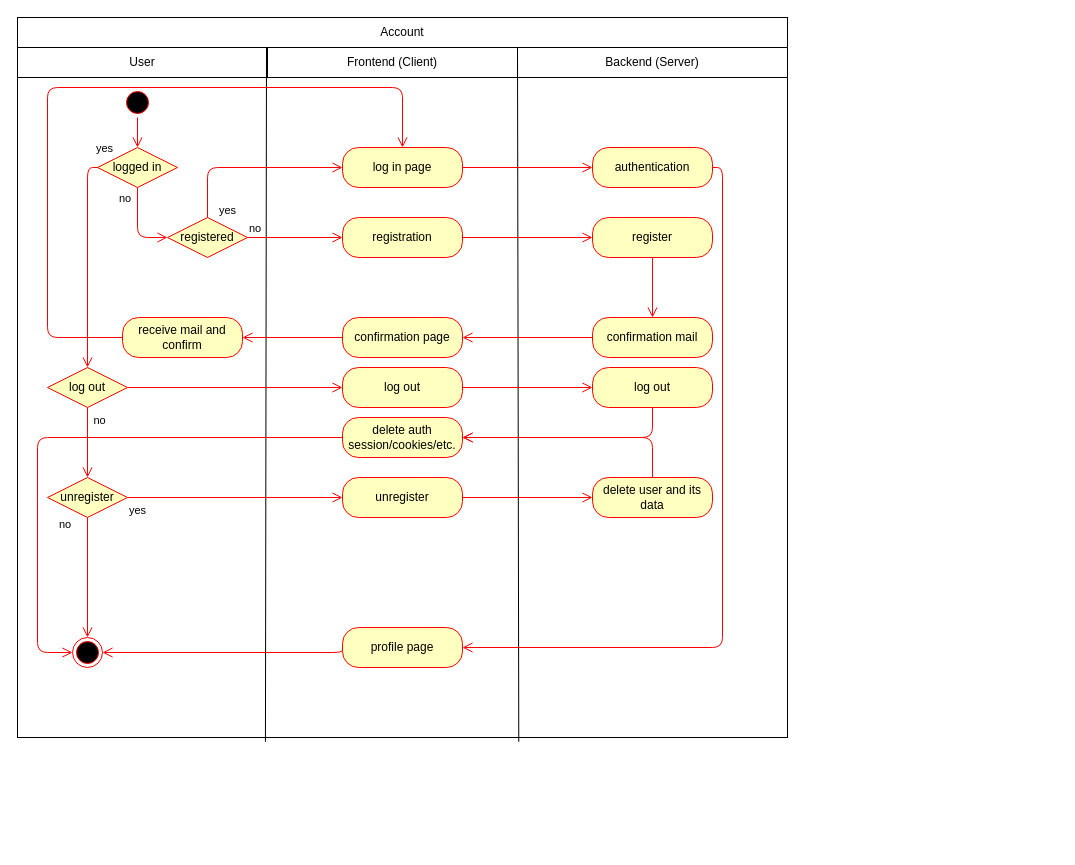
Earlier version of the draw.io diagram design/Account.drawio (ninjeanne/bookly). Source tidied: cells renumbered, new cells numbered last; positions are measured from the earlier drawing's top-left corner, leaving out a move shared by most shapes. Both pictures are drawn from the tidied source at 100%, with x=0, y=0 at pixel (17, 17).
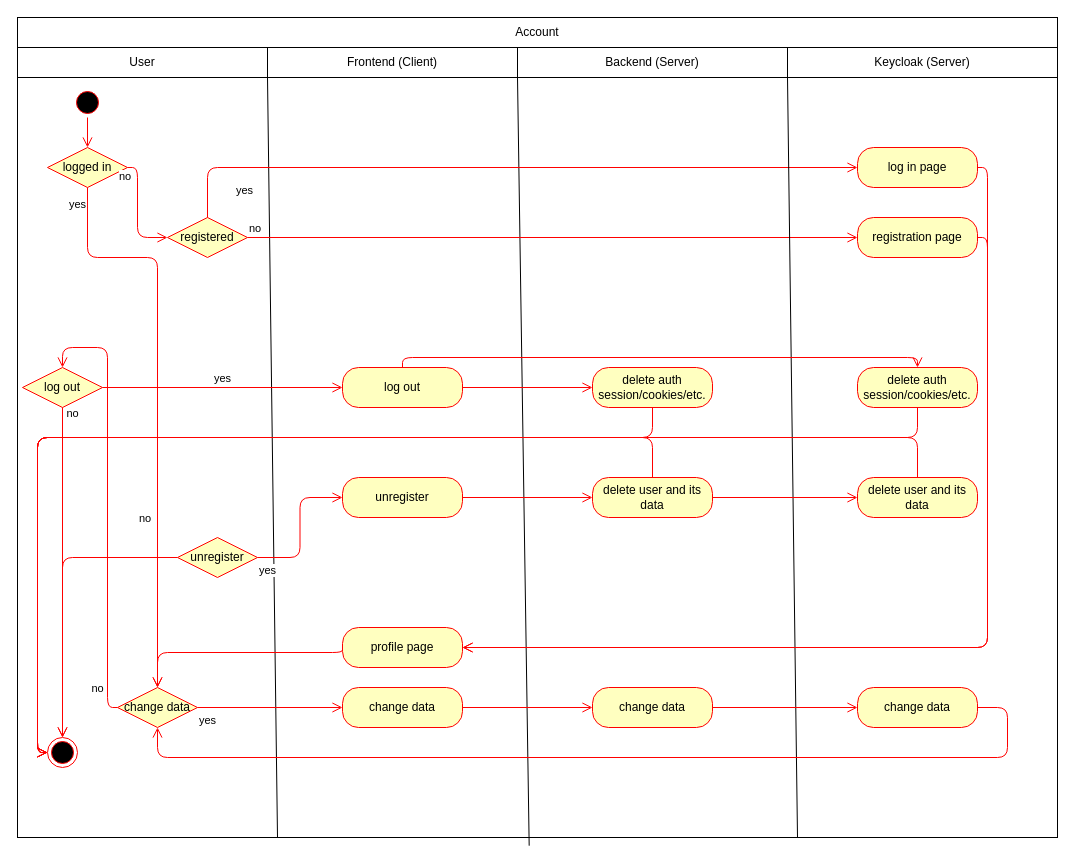
The same page after the edit.

Commit message (it also covers changes not shown here):
update UC for account and add UC for header

The change refers to these unchanged cells:
```xml
<mxCell id="5" value="Backend (Server)" style="rounded=0;whiteSpace=wrap;html=1;" parent="1" vertex="1">
  <mxGeometry x="500" y="30" width="270" height="30" as="geometry" />
</mxCell>
<mxCell id="6" value="Frontend (Client)" style="rounded=0;whiteSpace=wrap;html=1;" parent="1" vertex="1">
  <mxGeometry x="250" y="30" width="250" height="30" as="geometry" />
</mxCell>
<mxCell id="21" value="registered" style="rhombus;whiteSpace=wrap;html=1;fillColor=#ffffc0;strokeColor=#ff0000;" parent="1" vertex="1">
  <mxGeometry x="150" y="200" width="80" height="40" as="geometry" />
</mxCell>
<mxCell id="32" value="profile page" style="rounded=1;whiteSpace=wrap;html=1;arcSize=40;fontColor=#000000;fillColor=#ffffc0;strokeColor=#ff0000;" parent="1" vertex="1">
  <mxGeometry x="325" y="610" width="120" height="40" as="geometry" />
</mxCell>
<mxCell id="34" value="log out" style="rounded=1;whiteSpace=wrap;html=1;arcSize=40;fontColor=#000000;fillColor=#ffffc0;strokeColor=#ff0000;" parent="1" vertex="1">
  <mxGeometry x="325" y="350" width="120" height="40" as="geometry" />
</mxCell>
<mxCell id="48" value="delete user and its data" style="rounded=1;whiteSpace=wrap;html=1;arcSize=40;fontColor=#000000;fillColor=#ffffc0;strokeColor=#ff0000;" parent="1" vertex="1">
  <mxGeometry x="575" y="460" width="120" height="40" as="geometry" />
</mxCell>
```

Diff of the diagram source:
```diff
@@
     <mxCell id="2" style="rounded=0;whiteSpace=wrap;html=1;" parent="1" vertex="1">
-      <mxGeometry width="770" height="720" as="geometry" />
+      <mxGeometry width="1040" height="820" as="geometry" />
     </mxCell>
     <mxCell id="3" value="Account" style="rounded=0;whiteSpace=wrap;html=1;" parent="1" vertex="1">
-      <mxGeometry width="770" height="30" as="geometry" />
+      <mxGeometry width="1040" height="30" as="geometry" />
     </mxCell>
@@
-    <mxCell id="7" style="endArrow=none;html=1;exitX=0.651;exitY=1.006;exitDx=0;exitDy=0;exitPerimeter=0;" parent="1" edge="1" source="2">
-      <mxGeometry relative="1" as="geometry">
-        <mxPoint x="500" y="30" as="targetPoint" />
-      </mxGeometry>
+    <mxCell id="7" style="endArrow=none;html=1;entryX=1;entryY=1;entryDx=0;entryDy=0;exitX=0.492;exitY=1.01;exitDx=0;exitDy=0;exitPerimeter=0;" parent="1" edge="1" source="2" target="6">
+      <mxGeometry relative="1" as="geometry" />
     </mxCell>
-    <mxCell id="8" style="endArrow=none;html=1;exitX=0.322;exitY=1.006;exitDx=0;exitDy=0;exitPerimeter=0;" parent="1" edge="1" source="2">
-      <mxGeometry relative="1" as="geometry">
-        <mxPoint x="249" y="30" as="targetPoint" />
-      </mxGeometry>
+    <mxCell id="8" style="endArrow=none;html=1;exitX=0.25;exitY=1;exitDx=0;exitDy=0;entryX=0;entryY=1;entryDx=0;entryDy=0;" parent="1" edge="1" source="2" target="6">
+      <mxGeometry relative="1" as="geometry" />
     </mxCell>
     <mxCell id="9" style="ellipse;html=1;shape=startState;fillColor=#000000;strokeColor=#ff0000;" parent="1" vertex="1">
-      <mxGeometry x="105" y="70" width="30" height="30" as="geometry" />
+      <mxGeometry x="55" y="70" width="30" height="30" as="geometry" />
     </mxCell>
@@
-    <mxCell id="11" value="log in page" style="rounded=1;whiteSpace=wrap;html=1;arcSize=40;fontColor=#000000;fillColor=#ffffc0;strokeColor=#ff0000;" parent="1" vertex="1">
-      <mxGeometry x="325" y="130" width="120" height="40" as="geometry" />
-    </mxCell>
-    <mxCell id="12" style="edgeStyle=orthogonalEdgeStyle;html=1;verticalAlign=bottom;endArrow=open;endSize=8;strokeColor=#ff0000;entryX=0;entryY=0.5;entryDx=0;entryDy=0;" parent="1" edge="1" source="11" target="16">
-      <mxGeometry relative="1" as="geometry" />
-    </mxCell>
     <mxCell id="13" value="logged in" style="rhombus;whiteSpace=wrap;html=1;fillColor=#ffffc0;strokeColor=#ff0000;" parent="1" vertex="1">
-      <mxGeometry x="80" y="130" width="80" height="40" as="geometry" />
+      <mxGeometry x="30" y="130" width="80" height="40" as="geometry" />
     </mxCell>
-    <mxCell id="14" value="no" style="edgeStyle=orthogonalEdgeStyle;html=1;align=left;verticalAlign=bottom;endArrow=open;endSize=8;strokeColor=#ff0000;entryX=0;entryY=0.5;entryDx=0;entryDy=0;" parent="1" edge="1" source="13" target="21">
-      <mxGeometry x="-0.5" y="-20" relative="1" as="geometry" />
+    <mxCell id="14" value="no" style="edgeStyle=orthogonalEdgeStyle;html=1;align=left;verticalAlign=bottom;endArrow=open;endSize=8;strokeColor=#ff0000;entryX=0;entryY=0.5;entryDx=0;entryDy=0;exitX=1;exitY=0.5;exitDx=0;exitDy=0;" parent="1" edge="1" source="13" target="21">
+      <mxGeometry x="-0.5" y="-20" relative="1" as="geometry">
+        <Array as="points">
+          <mxPoint x="120" y="150" />
+          <mxPoint x="120" y="220" />
+        </Array>
+      </mxGeometry>
     </mxCell>
-    <mxCell id="15" value="yes" style="edgeStyle=orthogonalEdgeStyle;html=1;align=left;verticalAlign=top;endArrow=open;endSize=8;strokeColor=#ff0000;exitX=0;exitY=0.5;exitDx=0;exitDy=0;" parent="1" edge="1" source="13" target="33">
+    <mxCell id="15" value="yes" style="edgeStyle=orthogonalEdgeStyle;html=1;align=left;verticalAlign=top;endArrow=open;endSize=8;strokeColor=#ff0000;exitX=0.5;exitY=1;exitDx=0;exitDy=0;entryX=0.5;entryY=0;entryDx=0;entryDy=0;" parent="1" edge="1" source="13" target="58">
       <mxGeometry x="-0.95" y="-22" relative="1" as="geometry">
         <Array as="points">
-          <mxPoint x="70" y="150" />
+          <mxPoint x="70" y="240" />
+          <mxPoint x="140" y="240" />
         </Array>
         <mxPoint x="2" y="-10" as="offset" />
       </mxGeometry>
     </mxCell>
-    <mxCell id="16" value="authentication" style="rounded=1;whiteSpace=wrap;html=1;arcSize=40;fontColor=#000000;fillColor=#ffffc0;strokeColor=#ff0000;" parent="1" vertex="1">
-      <mxGeometry x="575" y="130" width="120" height="40" as="geometry" />
-    </mxCell>
-    <mxCell id="17" style="edgeStyle=orthogonalEdgeStyle;html=1;verticalAlign=bottom;endArrow=open;endSize=8;strokeColor=#ff0000;entryX=1;entryY=0.5;entryDx=0;entryDy=0;exitX=1;exitY=0.5;exitDx=0;exitDy=0;" parent="1" edge="1" source="16" target="32">
+    <mxCell id="17" style="edgeStyle=orthogonalEdgeStyle;html=1;verticalAlign=bottom;endArrow=open;endSize=8;strokeColor=#ff0000;entryX=1;entryY=0.5;entryDx=0;entryDy=0;exitX=1;exitY=0.5;exitDx=0;exitDy=0;" parent="1" edge="1" source="11" target="32">
       <mxGeometry relative="1" as="geometry" />
     </mxCell>
-    <mxCell id="18" value="registration" style="rounded=1;whiteSpace=wrap;html=1;arcSize=40;fontColor=#000000;fillColor=#ffffc0;strokeColor=#ff0000;" parent="1" vertex="1">
-      <mxGeometry x="325" y="200" width="120" height="40" as="geometry" />
-    </mxCell>
-    <mxCell id="19" style="edgeStyle=orthogonalEdgeStyle;html=1;verticalAlign=bottom;endArrow=open;endSize=8;strokeColor=#ff0000;exitX=1;exitY=0.5;exitDx=0;exitDy=0;entryX=0;entryY=0.5;entryDx=0;entryDy=0;" parent="1" edge="1" source="18" target="24">
-      <mxGeometry relative="1" as="geometry" />
-    </mxCell>
     <mxCell id="20" style="ellipse;html=1;shape=endState;fillColor=#000000;strokeColor=#ff0000;" parent="1" vertex="1">
-      <mxGeometry x="55" y="620" width="30" height="30" as="geometry" />
+      <mxGeometry x="30" y="720" width="30" height="30" as="geometry" />
     </mxCell>
@@
-    <mxCell id="22" value="no" style="edgeStyle=orthogonalEdgeStyle;html=1;align=left;verticalAlign=bottom;endArrow=open;endSize=8;strokeColor=#ff0000;entryX=0;entryY=0.5;entryDx=0;entryDy=0;" parent="1" edge="1" source="21" target="18">
+    <mxCell id="22" value="no" style="edgeStyle=orthogonalEdgeStyle;html=1;align=left;verticalAlign=bottom;endArrow=open;endSize=8;strokeColor=#ff0000;entryX=0;entryY=0.5;entryDx=0;entryDy=0;" parent="1" edge="1" source="21" target="52">
       <mxGeometry x="-1" relative="1" as="geometry" />
     </mxCell>
@@
-    <mxCell id="24" value="register" style="rounded=1;whiteSpace=wrap;html=1;arcSize=40;fontColor=#000000;fillColor=#ffffc0;strokeColor=#ff0000;" parent="1" vertex="1">
-      <mxGeometry x="575" y="200" width="120" height="40" as="geometry" />
-    </mxCell>
-    <mxCell id="25" style="edgeStyle=orthogonalEdgeStyle;html=1;verticalAlign=bottom;endArrow=open;endSize=8;strokeColor=#ff0000;entryX=0.5;entryY=0;entryDx=0;entryDy=0;" parent="1" edge="1" source="24" target="26">
-      <mxGeometry relative="1" as="geometry" />
-    </mxCell>
-    <mxCell id="26" value="confirmation mail" style="rounded=1;whiteSpace=wrap;html=1;arcSize=40;fontColor=#000000;fillColor=#ffffc0;strokeColor=#ff0000;" parent="1" vertex="1">
-      <mxGeometry x="575" y="300" width="120" height="40" as="geometry" />
-    </mxCell>
-    <mxCell id="27" style="edgeStyle=orthogonalEdgeStyle;html=1;verticalAlign=bottom;endArrow=open;endSize=8;strokeColor=#ff0000;exitX=0;exitY=0.5;exitDx=0;exitDy=0;entryX=1;entryY=0.5;entryDx=0;entryDy=0;" parent="1" edge="1" source="26" target="28">
-      <mxGeometry relative="1" as="geometry" />
-    </mxCell>
-    <mxCell id="28" value="confirmation page" style="rounded=1;whiteSpace=wrap;html=1;arcSize=40;fontColor=#000000;fillColor=#ffffc0;strokeColor=#ff0000;" parent="1" vertex="1">
-      <mxGeometry x="325" y="300" width="120" height="40" as="geometry" />
-    </mxCell>
-    <mxCell id="29" style="edgeStyle=orthogonalEdgeStyle;html=1;verticalAlign=bottom;endArrow=open;endSize=8;strokeColor=#ff0000;exitX=0;exitY=0.5;exitDx=0;exitDy=0;entryX=1;entryY=0.5;entryDx=0;entryDy=0;" parent="1" edge="1" source="28" target="30">
-      <mxGeometry relative="1" as="geometry" />
-    </mxCell>
-    <mxCell id="30" value="receive mail and confirm" style="rounded=1;whiteSpace=wrap;html=1;arcSize=40;fontColor=#000000;fillColor=#ffffc0;strokeColor=#ff0000;" parent="1" vertex="1">
-      <mxGeometry x="105" y="300" width="120" height="40" as="geometry" />
-    </mxCell>
-    <mxCell id="31" style="edgeStyle=orthogonalEdgeStyle;html=1;verticalAlign=bottom;endArrow=open;endSize=8;strokeColor=#ff0000;entryX=0.5;entryY=0;entryDx=0;entryDy=0;exitX=0;exitY=0.5;exitDx=0;exitDy=0;" parent="1" edge="1" source="30" target="11">
-      <mxGeometry relative="1" as="geometry">
-        <Array as="points">
-          <mxPoint x="30" y="320" />
-          <mxPoint x="30" y="70" />
-          <mxPoint x="385" y="70" />
-        </Array>
-      </mxGeometry>
-    </mxCell>
@@
     <mxCell id="33" value="log out" style="rhombus;whiteSpace=wrap;html=1;fillColor=#ffffc0;strokeColor=#ff0000;" parent="1" vertex="1">
-      <mxGeometry x="30" y="350" width="80" height="40" as="geometry" />
+      <mxGeometry x="5" y="350" width="80" height="40" as="geometry" />
     </mxCell>
@@
-    <mxCell id="35" style="edgeStyle=orthogonalEdgeStyle;html=1;verticalAlign=bottom;endArrow=open;endSize=8;strokeColor=#ff0000;exitX=1;exitY=0.5;exitDx=0;exitDy=0;entryX=0;entryY=0.5;entryDx=0;entryDy=0;" parent="1" edge="1" source="33" target="34">
+    <mxCell id="35" value="yes" style="edgeStyle=orthogonalEdgeStyle;html=1;verticalAlign=bottom;endArrow=open;endSize=8;strokeColor=#ff0000;exitX=1;exitY=0.5;exitDx=0;exitDy=0;entryX=0;entryY=0.5;entryDx=0;entryDy=0;" parent="1" edge="1" source="33" target="34">
       <mxGeometry relative="1" as="geometry" />
     </mxCell>
@@
-    <mxCell id="37" value="log out" style="rounded=1;whiteSpace=wrap;html=1;arcSize=40;fontColor=#000000;fillColor=#ffffc0;strokeColor=#ff0000;" parent="1" vertex="1">
+    <mxCell id="37" value="delete auth session/cookies/etc." style="rounded=1;whiteSpace=wrap;html=1;arcSize=40;fontColor=#000000;fillColor=#ffffc0;strokeColor=#ff0000;" parent="1" vertex="1">
       <mxGeometry x="575" y="350" width="120" height="40" as="geometry" />
     </mxCell>
-    <mxCell id="38" value="delete auth session/cookies/etc." style="rounded=1;whiteSpace=wrap;html=1;arcSize=40;fontColor=#000000;fillColor=#ffffc0;strokeColor=#ff0000;" parent="1" vertex="1">
-      <mxGeometry x="325" y="400" width="120" height="40" as="geometry" />
-    </mxCell>
-    <mxCell id="39" style="edgeStyle=orthogonalEdgeStyle;html=1;verticalAlign=bottom;endArrow=open;endSize=8;strokeColor=#ff0000;entryX=0;entryY=0.5;entryDx=0;entryDy=0;exitX=0;exitY=0.5;exitDx=0;exitDy=0;" parent="1" edge="1" source="38" target="20">
-      <mxGeometry relative="1" as="geometry">
-        <Array as="points">
-          <mxPoint x="20" y="420" />
-          <mxPoint x="20" y="635" />
-        </Array>
-      </mxGeometry>
-    </mxCell>
-    <mxCell id="40" style="edgeStyle=orthogonalEdgeStyle;html=1;verticalAlign=bottom;endArrow=open;endSize=8;strokeColor=#ff0000;exitX=0.5;exitY=1;exitDx=0;exitDy=0;entryX=1;entryY=0.5;entryDx=0;entryDy=0;" parent="1" edge="1" source="37" target="38">
-      <mxGeometry relative="1" as="geometry" />
+    <mxCell id="40" style="edgeStyle=orthogonalEdgeStyle;html=1;verticalAlign=bottom;endArrow=open;endSize=8;strokeColor=#ff0000;exitX=0.5;exitY=1;exitDx=0;exitDy=0;entryX=0;entryY=0.5;entryDx=0;entryDy=0;" parent="1" edge="1" source="37" target="20">
+      <mxGeometry relative="1" as="geometry">
+        <Array as="points">
+          <mxPoint x="635" y="420" />
+          <mxPoint x="20" y="420" />
+          <mxPoint x="20" y="735" />
+        </Array>
+      </mxGeometry>
     </mxCell>
     <mxCell id="41" value="unregister" style="rhombus;whiteSpace=wrap;html=1;fillColor=#ffffc0;strokeColor=#ff0000;" parent="1" vertex="1">
-      <mxGeometry x="30" y="460" width="80" height="40" as="geometry" />
+      <mxGeometry x="160" y="520" width="80" height="40" as="geometry" />
     </mxCell>
-    <mxCell id="42" value="no" style="edgeStyle=orthogonalEdgeStyle;html=1;align=left;verticalAlign=bottom;endArrow=open;endSize=8;strokeColor=#ff0000;exitX=0.5;exitY=1;exitDx=0;exitDy=0;entryX=0.5;entryY=0;entryDx=0;entryDy=0;" parent="1" edge="1" source="41" target="20">
-      <mxGeometry x="-0.73" y="-30" relative="1" as="geometry" />
+    <mxCell id="42" value="no" style="edgeStyle=orthogonalEdgeStyle;html=1;align=left;verticalAlign=bottom;endArrow=open;endSize=8;strokeColor=#ff0000;exitX=0;exitY=0.5;exitDx=0;exitDy=0;entryX=0.5;entryY=0;entryDx=0;entryDy=0;" parent="1" edge="1" source="41" target="20">
+      <mxGeometry x="-0.73" y="-30" relative="1" as="geometry">
+        <Array as="points">
+          <mxPoint x="45" y="540" />
+        </Array>
+      </mxGeometry>
     </mxCell>
@@
-    <mxCell id="44" value="no" style="edgeStyle=orthogonalEdgeStyle;html=1;verticalAlign=bottom;endArrow=open;endSize=8;strokeColor=#ff0000;exitX=0.5;exitY=1;exitDx=0;exitDy=0;" parent="1" edge="1" source="33" target="41">
-      <mxGeometry x="-0.57" y="32" relative="1" as="geometry">
-        <mxPoint x="-20" y="7" as="offset" />
-      </mxGeometry>
+    <mxCell id="44" value="no" style="edgeStyle=orthogonalEdgeStyle;html=1;verticalAlign=bottom;endArrow=open;endSize=8;strokeColor=#ff0000;exitX=0.5;exitY=1;exitDx=0;exitDy=0;entryX=0.5;entryY=0;entryDx=0;entryDy=0;" parent="1" edge="1" source="33" target="20">
+      <mxGeometry x="-0.91" y="10" relative="1" as="geometry" />
     </mxCell>
@@
-    <mxCell id="47" style="edgeStyle=orthogonalEdgeStyle;html=1;verticalAlign=bottom;endArrow=open;endSize=8;strokeColor=#ff0000;exitX=0;exitY=0.5;exitDx=0;exitDy=0;entryX=1;entryY=0.5;entryDx=0;entryDy=0;" parent="1" edge="1" source="32" target="20">
+    <mxCell id="47" style="edgeStyle=orthogonalEdgeStyle;html=1;verticalAlign=bottom;endArrow=open;endSize=8;strokeColor=#ff0000;exitX=0;exitY=0.5;exitDx=0;exitDy=0;entryX=0.5;entryY=0;entryDx=0;entryDy=0;" parent="1" edge="1" source="32" target="58">
       <mxGeometry relative="1" as="geometry">
         <Array as="points">
           <mxPoint x="325" y="635" />
+          <mxPoint x="140" y="635" />
         </Array>
       </mxGeometry>
     </mxCell>
@@
-    <mxCell id="49" style="edgeStyle=orthogonalEdgeStyle;html=1;verticalAlign=bottom;endArrow=open;endSize=8;strokeColor=#ff0000;entryX=1;entryY=0.5;entryDx=0;entryDy=0;exitX=0.5;exitY=0;exitDx=0;exitDy=0;" parent="1" edge="1" source="48" target="38">
-      <mxGeometry relative="1" as="geometry" />
+    <mxCell id="49" style="edgeStyle=orthogonalEdgeStyle;html=1;verticalAlign=bottom;endArrow=open;endSize=8;strokeColor=#ff0000;exitX=0.5;exitY=0;exitDx=0;exitDy=0;entryX=0;entryY=0.5;entryDx=0;entryDy=0;" parent="1" edge="1" source="48" target="20">
+      <mxGeometry relative="1" as="geometry">
+        <Array as="points">
+          <mxPoint x="635" y="420" />
+          <mxPoint x="20" y="420" />
+          <mxPoint x="20" y="735" />
+        </Array>
+      </mxGeometry>
     </mxCell>
+    <mxCell id="50" value="Keycloak (Server)" style="rounded=0;whiteSpace=wrap;html=1;" parent="1" vertex="1">
+      <mxGeometry x="770" y="30" width="270" height="30" as="geometry" />
+    </mxCell>
+    <mxCell id="51" style="endArrow=none;html=1;exitX=0.75;exitY=1;exitDx=0;exitDy=0;entryX=1;entryY=1;entryDx=0;entryDy=0;" parent="1" edge="1" source="2" target="5">
+      <mxGeometry relative="1" as="geometry" />
+    </mxCell>
+    <mxCell id="11" value="log in page" style="rounded=1;whiteSpace=wrap;html=1;arcSize=40;fontColor=#000000;fillColor=#ffffc0;strokeColor=#ff0000;" parent="1" vertex="1">
+      <mxGeometry x="840" y="130" width="120" height="40" as="geometry" />
+    </mxCell>
+    <mxCell id="52" value="registration page" style="rounded=1;whiteSpace=wrap;html=1;arcSize=40;fontColor=#000000;fillColor=#ffffc0;strokeColor=#ff0000;" parent="1" vertex="1">
+      <mxGeometry x="840" y="200" width="120" height="40" as="geometry" />
+    </mxCell>
+    <mxCell id="53" style="edgeStyle=orthogonalEdgeStyle;html=1;verticalAlign=bottom;endArrow=open;endSize=8;strokeColor=#ff0000;entryX=1;entryY=0.5;entryDx=0;entryDy=0;exitX=1;exitY=0.5;exitDx=0;exitDy=0;" parent="1" edge="1" source="52" target="32">
+      <mxGeometry relative="1" as="geometry">
+        <Array as="points">
+          <mxPoint x="970" y="220" />
+          <mxPoint x="970" y="630" />
+        </Array>
+      </mxGeometry>
+    </mxCell>
+    <mxCell id="38" value="delete auth session/cookies/etc." style="rounded=1;whiteSpace=wrap;html=1;arcSize=40;fontColor=#000000;fillColor=#ffffc0;strokeColor=#ff0000;" parent="1" vertex="1">
+      <mxGeometry x="840" y="350" width="120" height="40" as="geometry" />
+    </mxCell>
+    <mxCell id="54" style="edgeStyle=orthogonalEdgeStyle;html=1;verticalAlign=bottom;endArrow=open;endSize=8;strokeColor=#ff0000;exitX=0.5;exitY=0;exitDx=0;exitDy=0;entryX=0.5;entryY=0;entryDx=0;entryDy=0;" parent="1" edge="1" source="34" target="38">
+      <mxGeometry relative="1" as="geometry" />
+    </mxCell>
+    <mxCell id="39" style="edgeStyle=orthogonalEdgeStyle;html=1;verticalAlign=bottom;endArrow=open;endSize=8;strokeColor=#ff0000;exitX=0.5;exitY=1;exitDx=0;exitDy=0;entryX=0;entryY=0.5;entryDx=0;entryDy=0;" parent="1" edge="1" source="38" target="20">
+      <mxGeometry relative="1" as="geometry">
+        <Array as="points">
+          <mxPoint x="900" y="420" />
+          <mxPoint x="20" y="420" />
+          <mxPoint x="20" y="735" />
+        </Array>
+      </mxGeometry>
+    </mxCell>
+    <mxCell id="55" value="delete user and its data" style="rounded=1;whiteSpace=wrap;html=1;arcSize=40;fontColor=#000000;fillColor=#ffffc0;strokeColor=#ff0000;" parent="1" vertex="1">
+      <mxGeometry x="840" y="460" width="120" height="40" as="geometry" />
+    </mxCell>
+    <mxCell id="56" style="edgeStyle=orthogonalEdgeStyle;html=1;verticalAlign=bottom;endArrow=open;endSize=8;strokeColor=#ff0000;entryX=0;entryY=0.5;entryDx=0;entryDy=0;exitX=1;exitY=0.5;exitDx=0;exitDy=0;" parent="1" edge="1" source="48" target="55">
+      <mxGeometry relative="1" as="geometry" />
+    </mxCell>
+    <mxCell id="57" style="edgeStyle=orthogonalEdgeStyle;html=1;verticalAlign=bottom;endArrow=open;endSize=8;strokeColor=#ff0000;entryX=0;entryY=0.5;entryDx=0;entryDy=0;exitX=0.5;exitY=0;exitDx=0;exitDy=0;" parent="1" edge="1" source="55" target="20">
+      <mxGeometry relative="1" as="geometry">
+        <Array as="points">
+          <mxPoint x="900" y="420" />
+          <mxPoint x="20" y="420" />
+        </Array>
+      </mxGeometry>
+    </mxCell>
+    <mxCell id="58" value="change data" style="rhombus;whiteSpace=wrap;html=1;fillColor=#ffffc0;strokeColor=#ff0000;" parent="1" vertex="1">
+      <mxGeometry x="100" y="670" width="80" height="40" as="geometry" />
+    </mxCell>
+    <mxCell id="59" value="no" style="edgeStyle=orthogonalEdgeStyle;html=1;verticalAlign=bottom;endArrow=open;endSize=8;strokeColor=#ff0000;exitX=0;exitY=0.5;exitDx=0;exitDy=0;entryX=0.5;entryY=0;entryDx=0;entryDy=0;" parent="1" edge="1" source="58" target="33">
+      <mxGeometry x="-0.91" y="10" relative="1" as="geometry">
+        <Array as="points">
+          <mxPoint x="90" y="690" />
+          <mxPoint x="90" y="330" />
+          <mxPoint x="45" y="330" />
+        </Array>
+      </mxGeometry>
+    </mxCell>
+    <mxCell id="60" value="change data" style="rounded=1;whiteSpace=wrap;html=1;arcSize=40;fontColor=#000000;fillColor=#ffffc0;strokeColor=#ff0000;" parent="1" vertex="1">
+      <mxGeometry x="325" y="670" width="120" height="40" as="geometry" />
+    </mxCell>
+    <mxCell id="61" value="change data" style="rounded=1;whiteSpace=wrap;html=1;arcSize=40;fontColor=#000000;fillColor=#ffffc0;strokeColor=#ff0000;" parent="1" vertex="1">
+      <mxGeometry x="575" y="670" width="120" height="40" as="geometry" />
+    </mxCell>
+    <mxCell id="62" value="change data" style="rounded=1;whiteSpace=wrap;html=1;arcSize=40;fontColor=#000000;fillColor=#ffffc0;strokeColor=#ff0000;" parent="1" vertex="1">
+      <mxGeometry x="840" y="670" width="120" height="40" as="geometry" />
+    </mxCell>
+    <mxCell id="63" value="yes" style="edgeStyle=orthogonalEdgeStyle;html=1;align=left;verticalAlign=top;endArrow=open;endSize=8;strokeColor=#ff0000;entryX=0;entryY=0.5;entryDx=0;entryDy=0;exitX=1;exitY=0.5;exitDx=0;exitDy=0;" parent="1" edge="1" source="58" target="60">
+      <mxGeometry x="-1" relative="1" as="geometry" />
+    </mxCell>
+    <mxCell id="64" style="edgeStyle=orthogonalEdgeStyle;html=1;align=left;verticalAlign=top;endArrow=open;endSize=8;strokeColor=#ff0000;entryX=0;entryY=0.5;entryDx=0;entryDy=0;exitX=1;exitY=0.5;exitDx=0;exitDy=0;" parent="1" edge="1" source="60" target="61">
+      <mxGeometry x="-1" relative="1" as="geometry" />
+    </mxCell>
+    <mxCell id="65" style="edgeStyle=orthogonalEdgeStyle;html=1;align=left;verticalAlign=top;endArrow=open;endSize=8;strokeColor=#ff0000;entryX=0;entryY=0.5;entryDx=0;entryDy=0;exitX=1;exitY=0.5;exitDx=0;exitDy=0;" parent="1" edge="1" source="61" target="62">
+      <mxGeometry x="-1" relative="1" as="geometry" />
+    </mxCell>
+    <mxCell id="66" style="edgeStyle=orthogonalEdgeStyle;html=1;align=left;verticalAlign=top;endArrow=open;endSize=8;strokeColor=#ff0000;exitX=1;exitY=0.5;exitDx=0;exitDy=0;entryX=0.5;entryY=1;entryDx=0;entryDy=0;" parent="1" edge="1" source="62" target="58">
+      <mxGeometry x="-1" relative="1" as="geometry">
+        <Array as="points">
+          <mxPoint x="990" y="690" />
+          <mxPoint x="990" y="740" />
+          <mxPoint x="140" y="740" />
+        </Array>
+      </mxGeometry>
+    </mxCell>
```
